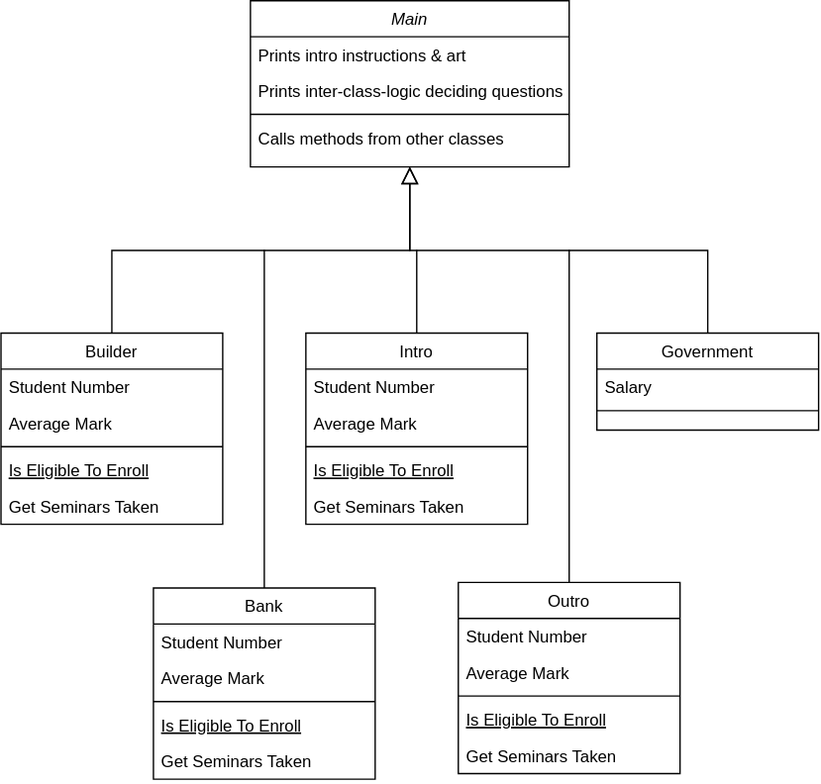
Above: ClassDiagram.svg in buddywhitman/flatcalc (draw.io), before the change. Source tidied: cells renumbered, new cells last; positions are measured from the earlier drawing's top-left corner, leaving out a move shared by most shapes.
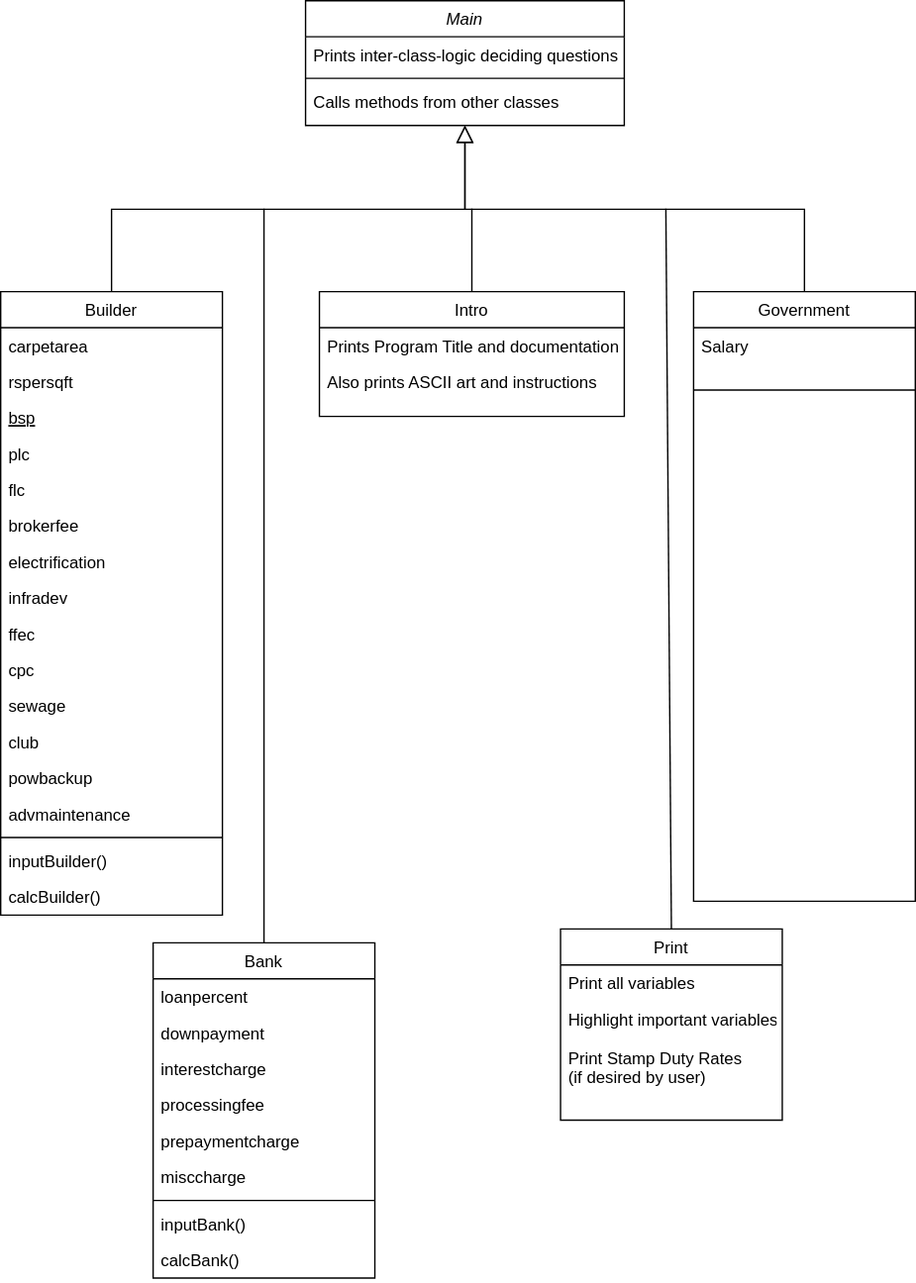
Later version of the same file.

The edit, as a diff of the source:
```diff
@@ -3,121 +3,151 @@
     <mxCell id="0" />
     <mxCell id="1" parent="0" />
     <mxCell id="2" value="Main" style="swimlane;fontStyle=2;align=center;verticalAlign=top;horizontal=1;startSize=26;rounded=0;shadow=0;strokeWidth=1;" parent="1" vertex="1">
-      <mxGeometry x="180" width="230" height="120" as="geometry" />
+      <mxGeometry x="180" y="30" width="230" height="90" as="geometry" />
     </mxCell>
-    <mxCell id="3" value="Prints intro instructions &amp; art" style="text;align=left;verticalAlign=top;spacingLeft=4;spacingRight=4;overflow=hidden;" parent="2" vertex="1">
-      <mxGeometry y="26" width="230" height="26" as="geometry" />
-    </mxCell>
     <mxCell id="4" value="Prints inter-class-logic deciding questions" style="text;align=left;verticalAlign=top;spacingLeft=4;spacingRight=4;overflow=hidden;rounded=0;shadow=0;html=0;" parent="2" vertex="1">
-      <mxGeometry y="52" width="230" height="26" as="geometry" />
+      <mxGeometry y="26" width="230" height="26" as="geometry" />
     </mxCell>
     <mxCell id="5" style="line;html=1;strokeWidth=1;align=left;verticalAlign=middle;spacingTop=-1;spacingLeft=3;spacingRight=3;labelPosition=right;" parent="2" vertex="1">
-      <mxGeometry y="78" width="230" height="8" as="geometry" />
+      <mxGeometry y="52" width="230" height="8" as="geometry" />
     </mxCell>
     <mxCell id="6" value="Calls methods from other classes" style="text;align=left;verticalAlign=top;spacingLeft=4;spacingRight=4;overflow=hidden;" parent="2" vertex="1">
-      <mxGeometry y="86" width="230" height="26" as="geometry" />
+      <mxGeometry y="60" width="230" height="26" as="geometry" />
     </mxCell>
     <mxCell id="7" value="Builder" style="swimlane;fontStyle=0;align=center;verticalAlign=top;horizontal=1;startSize=26;rounded=0;shadow=0;strokeWidth=1;" parent="1" vertex="1">
-      <mxGeometry y="240" width="160" height="138" as="geometry" />
+      <mxGeometry x="-40" y="240" width="160" height="450" as="geometry" />
     </mxCell>
-    <mxCell id="8" value="Student Number" style="text;align=left;verticalAlign=top;spacingLeft=4;spacingRight=4;overflow=hidden;" parent="7" vertex="1">
+    <mxCell id="8" value="carpetarea" style="text;align=left;verticalAlign=top;spacingLeft=4;spacingRight=4;overflow=hidden;" parent="7" vertex="1">
       <mxGeometry y="26" width="160" height="26" as="geometry" />
     </mxCell>
-    <mxCell id="9" value="Average Mark" style="text;align=left;verticalAlign=top;spacingLeft=4;spacingRight=4;overflow=hidden;rounded=0;shadow=0;html=0;" parent="7" vertex="1">
+    <mxCell id="9" value="rspersqft" style="text;align=left;verticalAlign=top;spacingLeft=4;spacingRight=4;overflow=hidden;rounded=0;shadow=0;html=0;" parent="7" vertex="1">
       <mxGeometry y="52" width="160" height="26" as="geometry" />
     </mxCell>
-    <mxCell id="10" style="line;html=1;strokeWidth=1;align=left;verticalAlign=middle;spacingTop=-1;spacingLeft=3;spacingRight=3;labelPosition=right;" parent="7" vertex="1">
-      <mxGeometry y="78" width="160" height="8" as="geometry" />
-    </mxCell>
-    <mxCell id="11" value="Is Eligible To Enroll" style="text;align=left;verticalAlign=top;spacingLeft=4;spacingRight=4;overflow=hidden;fontStyle=4;" parent="7" vertex="1">
-      <mxGeometry y="86" width="160" height="26" as="geometry" />
+    <mxCell id="11" value="bsp" style="text;align=left;verticalAlign=top;spacingLeft=4;spacingRight=4;overflow=hidden;fontStyle=4;" parent="7" vertex="1">
+      <mxGeometry y="78" width="160" height="26" as="geometry" />
     </mxCell>
-    <mxCell id="12" value="Get Seminars Taken" style="text;align=left;verticalAlign=top;spacingLeft=4;spacingRight=4;overflow=hidden;" parent="7" vertex="1">
-      <mxGeometry y="112" width="160" height="26" as="geometry" />
+    <mxCell id="12" value="plc" style="text;align=left;verticalAlign=top;spacingLeft=4;spacingRight=4;overflow=hidden;" parent="7" vertex="1">
+      <mxGeometry y="104" width="160" height="26" as="geometry" />
     </mxCell>
+    <mxCell id="39" value="flc" style="text;align=left;verticalAlign=top;spacingLeft=4;spacingRight=4;overflow=hidden;" parent="7" vertex="1">
+      <mxGeometry y="130" width="160" height="26" as="geometry" />
+    </mxCell>
+    <mxCell id="40" value="brokerfee" style="text;align=left;verticalAlign=top;spacingLeft=4;spacingRight=4;overflow=hidden;" parent="7" vertex="1">
+      <mxGeometry y="156" width="160" height="26" as="geometry" />
+    </mxCell>
+    <mxCell id="41" value="electrification" style="text;align=left;verticalAlign=top;spacingLeft=4;spacingRight=4;overflow=hidden;" parent="7" vertex="1">
+      <mxGeometry y="182" width="160" height="26" as="geometry" />
+    </mxCell>
+    <mxCell id="42" value="infradev" style="text;align=left;verticalAlign=top;spacingLeft=4;spacingRight=4;overflow=hidden;" parent="7" vertex="1">
+      <mxGeometry y="208" width="160" height="26" as="geometry" />
+    </mxCell>
+    <mxCell id="43" value="ffec" style="text;align=left;verticalAlign=top;spacingLeft=4;spacingRight=4;overflow=hidden;" parent="7" vertex="1">
+      <mxGeometry y="234" width="160" height="26" as="geometry" />
+    </mxCell>
+    <mxCell id="44" value="cpc" style="text;align=left;verticalAlign=top;spacingLeft=4;spacingRight=4;overflow=hidden;" parent="7" vertex="1">
+      <mxGeometry y="260" width="160" height="26" as="geometry" />
+    </mxCell>
+    <mxCell id="45" value="sewage" style="text;align=left;verticalAlign=top;spacingLeft=4;spacingRight=4;overflow=hidden;" parent="7" vertex="1">
+      <mxGeometry y="286" width="160" height="26" as="geometry" />
+    </mxCell>
+    <mxCell id="46" value="club" style="text;align=left;verticalAlign=top;spacingLeft=4;spacingRight=4;overflow=hidden;" parent="7" vertex="1">
+      <mxGeometry y="312" width="160" height="26" as="geometry" />
+    </mxCell>
+    <mxCell id="47" value="powbackup" style="text;align=left;verticalAlign=top;spacingLeft=4;spacingRight=4;overflow=hidden;" parent="7" vertex="1">
+      <mxGeometry y="338" width="160" height="26" as="geometry" />
+    </mxCell>
+    <mxCell id="48" value="advmaintenance" style="text;align=left;verticalAlign=top;spacingLeft=4;spacingRight=4;overflow=hidden;" parent="7" vertex="1">
+      <mxGeometry y="364" width="160" height="26" as="geometry" />
+    </mxCell>
+    <mxCell id="10" style="line;html=1;strokeWidth=1;align=left;verticalAlign=middle;spacingTop=-1;spacingLeft=3;spacingRight=3;labelPosition=right;" parent="7" vertex="1">
+      <mxGeometry y="390" width="160" height="8" as="geometry" />
+    </mxCell>
+    <mxCell id="49" value="inputBuilder()" style="text;align=left;verticalAlign=top;spacingLeft=4;spacingRight=4;overflow=hidden;" parent="7" vertex="1">
+      <mxGeometry y="398" width="160" height="26" as="geometry" />
+    </mxCell>
+    <mxCell id="50" value="calcBuilder()" style="text;align=left;verticalAlign=top;spacingLeft=4;spacingRight=4;overflow=hidden;" parent="7" vertex="1">
+      <mxGeometry y="424" width="160" height="26" as="geometry" />
+    </mxCell>
     <mxCell id="13" style="endArrow=block;endSize=10;endFill=0;shadow=0;strokeWidth=1;rounded=0;edgeStyle=elbowEdgeStyle;elbow=vertical;" parent="1" edge="1" source="7" target="2">
       <mxGeometry relative="1" as="geometry" />
     </mxCell>
     <mxCell id="14" value="Government" style="swimlane;fontStyle=0;align=center;verticalAlign=top;horizontal=1;startSize=26;rounded=0;shadow=0;strokeWidth=1;" parent="1" vertex="1">
-      <mxGeometry x="430" y="240" width="160" height="70" as="geometry" />
+      <mxGeometry x="460" y="240" width="160" height="440" as="geometry" />
     </mxCell>
     <mxCell id="15" value="Salary" style="text;align=left;verticalAlign=top;spacingLeft=4;spacingRight=4;overflow=hidden;" parent="14" vertex="1">
       <mxGeometry y="26" width="160" height="26" as="geometry" />
     </mxCell>
     <mxCell id="16" style="line;html=1;strokeWidth=1;align=left;verticalAlign=middle;spacingTop=-1;spacingLeft=3;spacingRight=3;labelPosition=right;" parent="14" vertex="1">
-      <mxGeometry y="52" width="160" height="8" as="geometry" />
+      <mxGeometry y="52" width="160" height="38" as="geometry" />
     </mxCell>
     <mxCell id="17" style="endArrow=block;endSize=10;endFill=0;shadow=0;strokeWidth=1;rounded=0;edgeStyle=elbowEdgeStyle;elbow=vertical;" parent="1" edge="1" source="14" target="2">
       <mxGeometry relative="1" as="geometry" />
     </mxCell>
     <mxCell id="18" value="Bank" style="swimlane;fontStyle=0;align=center;verticalAlign=top;horizontal=1;startSize=26;rounded=0;shadow=0;strokeWidth=1;" parent="1" vertex="1">
-      <mxGeometry x="110" y="424" width="160" height="138" as="geometry" />
+      <mxGeometry x="70" y="710" width="160" height="242" as="geometry" />
     </mxCell>
-    <mxCell id="19" value="Student Number" style="text;align=left;verticalAlign=top;spacingLeft=4;spacingRight=4;overflow=hidden;" parent="18" vertex="1">
+    <mxCell id="19" value="loanpercent" style="text;align=left;verticalAlign=top;spacingLeft=4;spacingRight=4;overflow=hidden;" parent="18" vertex="1">
       <mxGeometry y="26" width="160" height="26" as="geometry" />
     </mxCell>
-    <mxCell id="20" value="Average Mark" style="text;align=left;verticalAlign=top;spacingLeft=4;spacingRight=4;overflow=hidden;rounded=0;shadow=0;html=0;" parent="18" vertex="1">
+    <mxCell id="20" value="downpayment" style="text;align=left;verticalAlign=top;spacingLeft=4;spacingRight=4;overflow=hidden;rounded=0;shadow=0;html=0;" parent="18" vertex="1">
       <mxGeometry y="52" width="160" height="26" as="geometry" />
     </mxCell>
-    <mxCell id="21" style="line;html=1;strokeWidth=1;align=left;verticalAlign=middle;spacingTop=-1;spacingLeft=3;spacingRight=3;labelPosition=right;" parent="18" vertex="1">
-      <mxGeometry y="78" width="160" height="8" as="geometry" />
-    </mxCell>
-    <mxCell id="22" value="Is Eligible To Enroll" style="text;align=left;verticalAlign=top;spacingLeft=4;spacingRight=4;overflow=hidden;fontStyle=4;" parent="18" vertex="1">
-      <mxGeometry y="86" width="160" height="26" as="geometry" />
+    <mxCell id="22" value="interestcharge" style="text;align=left;verticalAlign=top;spacingLeft=4;spacingRight=4;overflow=hidden;fontStyle=0;" parent="18" vertex="1">
+      <mxGeometry y="78" width="160" height="26" as="geometry" />
     </mxCell>
-    <mxCell id="23" value="Get Seminars Taken" style="text;align=left;verticalAlign=top;spacingLeft=4;spacingRight=4;overflow=hidden;" parent="18" vertex="1">
-      <mxGeometry y="112" width="160" height="26" as="geometry" />
+    <mxCell id="23" value="processingfee" style="text;align=left;verticalAlign=top;spacingLeft=4;spacingRight=4;overflow=hidden;" parent="18" vertex="1">
+      <mxGeometry y="104" width="160" height="26" as="geometry" />
     </mxCell>
+    <mxCell id="51" value="prepaymentcharge" style="text;align=left;verticalAlign=top;spacingLeft=4;spacingRight=4;overflow=hidden;" parent="18" vertex="1">
+      <mxGeometry y="130" width="160" height="26" as="geometry" />
+    </mxCell>
+    <mxCell id="52" value="misccharge" style="text;align=left;verticalAlign=top;spacingLeft=4;spacingRight=4;overflow=hidden;" parent="18" vertex="1">
+      <mxGeometry y="156" width="160" height="26" as="geometry" />
+    </mxCell>
+    <mxCell id="21" style="line;html=1;strokeWidth=1;align=left;verticalAlign=middle;spacingTop=-1;spacingLeft=3;spacingRight=3;labelPosition=right;" parent="18" vertex="1">
+      <mxGeometry y="182" width="160" height="8" as="geometry" />
+    </mxCell>
+    <mxCell id="53" value="inputBank()" style="text;align=left;verticalAlign=top;spacingLeft=4;spacingRight=4;overflow=hidden;" parent="18" vertex="1">
+      <mxGeometry y="190" width="160" height="26" as="geometry" />
+    </mxCell>
+    <mxCell id="54" value="calcBank()" style="text;align=left;verticalAlign=top;spacingLeft=4;spacingRight=4;overflow=hidden;" parent="18" vertex="1">
+      <mxGeometry y="216" width="160" height="26" as="geometry" />
+    </mxCell>
     <mxCell id="24" style="endArrow=none;html=1;exitX=0.5;exitY=0;exitDx=0;exitDy=0;" parent="1" edge="1" source="18">
       <mxGeometry relative="1" as="geometry">
-        <mxPoint x="190" y="180" as="targetPoint" />
+        <mxPoint x="150" y="180" as="targetPoint" />
       </mxGeometry>
     </mxCell>
-    <mxCell id="25" value="Outro" style="swimlane;fontStyle=0;align=center;verticalAlign=top;horizontal=1;startSize=26;rounded=0;shadow=0;strokeWidth=1;" parent="1" vertex="1">
-      <mxGeometry x="330" y="420" width="160" height="138" as="geometry" />
+    <mxCell id="25" value="Print" style="swimlane;fontStyle=0;align=center;verticalAlign=top;horizontal=1;startSize=26;rounded=0;shadow=0;strokeWidth=1;" parent="1" vertex="1">
+      <mxGeometry x="364" y="700" width="160" height="138" as="geometry" />
     </mxCell>
-    <mxCell id="26" value="Student Number" style="text;align=left;verticalAlign=top;spacingLeft=4;spacingRight=4;overflow=hidden;" parent="25" vertex="1">
+    <mxCell id="26" value="Print all variables" style="text;align=left;verticalAlign=top;spacingLeft=4;spacingRight=4;overflow=hidden;" parent="25" vertex="1">
       <mxGeometry y="26" width="160" height="26" as="geometry" />
     </mxCell>
-    <mxCell id="27" value="Average Mark" style="text;align=left;verticalAlign=top;spacingLeft=4;spacingRight=4;overflow=hidden;rounded=0;shadow=0;html=0;" parent="25" vertex="1">
+    <mxCell id="27" value="Highlight important variables" style="text;align=left;verticalAlign=top;spacingLeft=4;spacingRight=4;overflow=hidden;rounded=0;shadow=0;html=0;" parent="25" vertex="1">
       <mxGeometry y="52" width="160" height="26" as="geometry" />
     </mxCell>
-    <mxCell id="28" style="line;html=1;strokeWidth=1;align=left;verticalAlign=middle;spacingTop=-1;spacingLeft=3;spacingRight=3;labelPosition=right;" parent="25" vertex="1">
-      <mxGeometry y="78" width="160" height="8" as="geometry" />
-    </mxCell>
-    <mxCell id="29" value="Is Eligible To Enroll" style="text;align=left;verticalAlign=top;spacingLeft=4;spacingRight=4;overflow=hidden;fontStyle=4;" parent="25" vertex="1">
-      <mxGeometry y="86" width="160" height="26" as="geometry" />
-    </mxCell>
-    <mxCell id="30" value="Get Seminars Taken" style="text;align=left;verticalAlign=top;spacingLeft=4;spacingRight=4;overflow=hidden;" parent="25" vertex="1">
-      <mxGeometry y="112" width="160" height="26" as="geometry" />
-    </mxCell>
     <mxCell id="31" style="endArrow=none;html=1;exitX=0.5;exitY=0;exitDx=0;exitDy=0;" parent="1" edge="1" source="25">
       <mxGeometry relative="1" as="geometry">
-        <mxPoint x="410" y="180" as="targetPoint" />
+        <mxPoint x="440" y="180" as="targetPoint" />
       </mxGeometry>
     </mxCell>
     <mxCell id="32" value="Intro" style="swimlane;fontStyle=0;align=center;verticalAlign=top;horizontal=1;startSize=26;rounded=0;shadow=0;strokeWidth=1;" parent="1" vertex="1">
-      <mxGeometry x="220" y="240" width="160" height="138" as="geometry" />
+      <mxGeometry x="190" y="240" width="220" height="90" as="geometry" />
     </mxCell>
+    <mxCell id="34" value="Prints Program Title and documentation " style="text;align=left;verticalAlign=top;spacingLeft=4;spacingRight=4;overflow=hidden;rounded=0;shadow=0;html=0;" parent="32" vertex="1">
+      <mxGeometry y="26" width="220" height="26" as="geometry" />
+    </mxCell>
-    <mxCell id="33" value="Student Number" style="text;align=left;verticalAlign=top;spacingLeft=4;spacingRight=4;overflow=hidden;" parent="32" vertex="1">
-      <mxGeometry y="26" width="160" height="26" as="geometry" />
+    <mxCell id="33" value="Also prints ASCII art and instructions" style="text;align=left;verticalAlign=top;spacingLeft=4;spacingRight=4;overflow=hidden;" parent="32" vertex="1">
+      <mxGeometry y="52" width="220" height="26" as="geometry" />
     </mxCell>
-    <mxCell id="34" value="Average Mark" style="text;align=left;verticalAlign=top;spacingLeft=4;spacingRight=4;overflow=hidden;rounded=0;shadow=0;html=0;" parent="32" vertex="1">
-      <mxGeometry y="52" width="160" height="26" as="geometry" />
-    </mxCell>
-    <mxCell id="35" style="line;html=1;strokeWidth=1;align=left;verticalAlign=middle;spacingTop=-1;spacingLeft=3;spacingRight=3;labelPosition=right;" parent="32" vertex="1">
-      <mxGeometry y="78" width="160" height="8" as="geometry" />
-    </mxCell>
-    <mxCell id="36" value="Is Eligible To Enroll" style="text;align=left;verticalAlign=top;spacingLeft=4;spacingRight=4;overflow=hidden;fontStyle=4;" parent="32" vertex="1">
-      <mxGeometry y="86" width="160" height="26" as="geometry" />
-    </mxCell>
-    <mxCell id="37" value="Get Seminars Taken" style="text;align=left;verticalAlign=top;spacingLeft=4;spacingRight=4;overflow=hidden;" parent="32" vertex="1">
-      <mxGeometry y="112" width="160" height="26" as="geometry" />
-    </mxCell>
     <mxCell id="38" style="endArrow=none;html=1;exitX=0.5;exitY=0;exitDx=0;exitDy=0;" parent="1" edge="1" source="32">
       <mxGeometry relative="1" as="geometry">
         <mxPoint x="300" y="180" as="targetPoint" />
       </mxGeometry>
     </mxCell>
+    <mxCell id="55" value="Print Stamp Duty Rates &#10;(if desired by user)" style="text;align=left;verticalAlign=top;spacingLeft=4;spacingRight=4;overflow=hidden;rounded=0;shadow=0;html=0;" parent="1" vertex="1">
+      <mxGeometry x="364" y="780" width="160" height="50" as="geometry" />
+    </mxCell>
   </root>
 </mxGraphModel>
```
